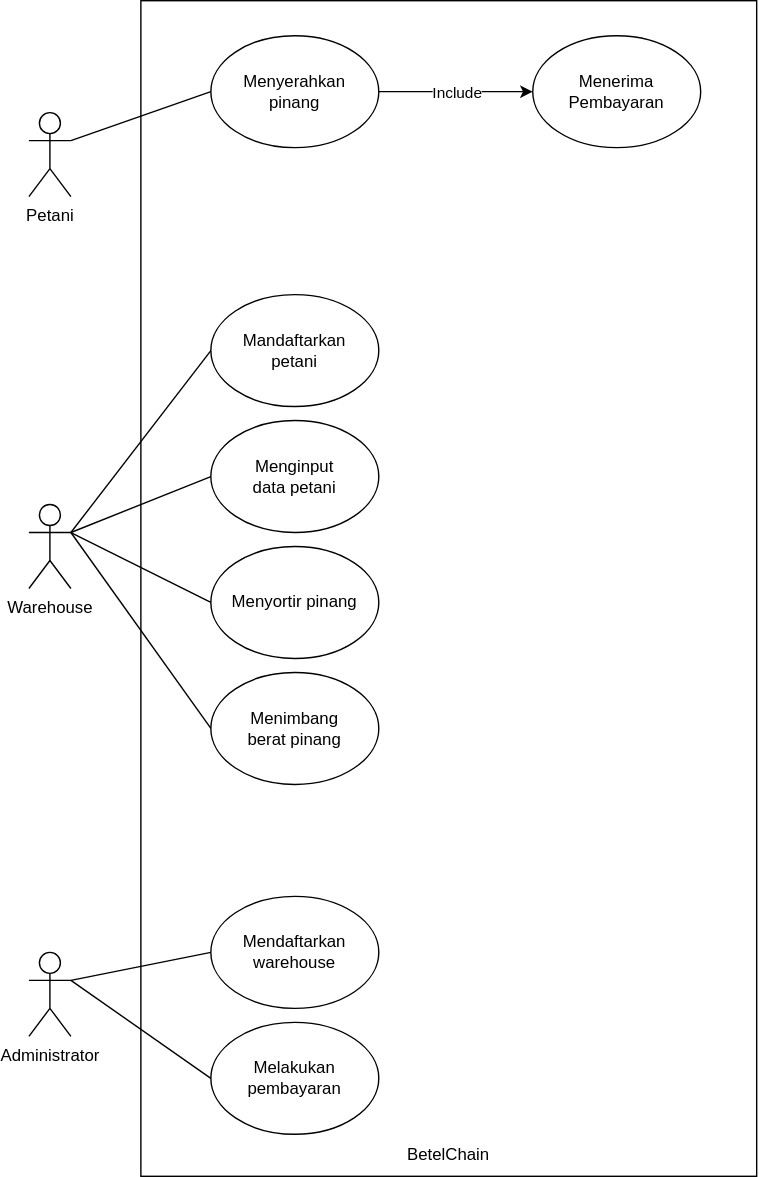
louvredev/BetelChain keeps this draw.io diagram as docs/02-architecture/product-diagram/use_case.svg. Above is the earlier version. Source tidied: cells renumbered, new cells last; positions are measured from the earlier drawing's top-left corner, leaving out a move shared by most shapes. Source of this version:
```xml
<mxGraphModel>
  <root>
    <mxCell id="0" />
    <mxCell id="1" parent="0" />
    <mxCell id="2" value="Petani" style="shape=umlActor;verticalLabelPosition=bottom;verticalAlign=top;html=1;" parent="1" vertex="1">
      <mxGeometry y="80" width="30" height="60" as="geometry" />
    </mxCell>
    <mxCell id="3" value="Warehouse" style="shape=umlActor;verticalLabelPosition=bottom;verticalAlign=top;html=1;outlineConnect=0;" parent="1" vertex="1">
      <mxGeometry y="360" width="30" height="60" as="geometry" />
    </mxCell>
    <mxCell id="4" value="Administrator" style="shape=umlActor;verticalLabelPosition=bottom;verticalAlign=top;html=1;outlineConnect=0;" parent="1" vertex="1">
      <mxGeometry y="680" width="30" height="60" as="geometry" />
    </mxCell>
    <mxCell id="5" style="rounded=0;whiteSpace=wrap;html=1;" parent="1" vertex="1">
      <mxGeometry x="80" width="440" height="840" as="geometry" />
    </mxCell>
    <mxCell id="6" value="Menyerahkan&lt;br&gt;pinang" style="ellipse;whiteSpace=wrap;html=1;" parent="1" vertex="1">
      <mxGeometry x="130" y="25" width="120" height="80" as="geometry" />
    </mxCell>
    <mxCell id="7" value="Menerima&lt;br&gt;Pembayaran" style="ellipse;whiteSpace=wrap;html=1;" parent="1" vertex="1">
      <mxGeometry x="360" y="25" width="120" height="80" as="geometry" />
    </mxCell>
    <mxCell id="8" style="endArrow=none;html=1;rounded=0;exitX=0;exitY=0.5;exitDx=0;exitDy=0;" parent="1" edge="1" source="6">
      <mxGeometry relative="1" as="geometry">
        <mxPoint x="30" y="100" as="targetPoint" />
      </mxGeometry>
    </mxCell>
    <mxCell id="9" value="Mandaftarkan&lt;br&gt;petani" style="ellipse;whiteSpace=wrap;html=1;" parent="1" vertex="1">
      <mxGeometry x="130" y="210" width="120" height="80" as="geometry" />
    </mxCell>
    <mxCell id="10" value="Menginput&lt;br&gt;data petani" style="ellipse;whiteSpace=wrap;html=1;" parent="1" vertex="1">
      <mxGeometry x="130" y="300" width="120" height="80" as="geometry" />
    </mxCell>
    <mxCell id="11" value="Menyortir pinang" style="ellipse;whiteSpace=wrap;html=1;" parent="1" vertex="1">
      <mxGeometry x="130" y="390" width="120" height="80" as="geometry" />
    </mxCell>
    <mxCell id="12" value="Menimbang&lt;br&gt;berat pinang" style="ellipse;whiteSpace=wrap;html=1;" parent="1" vertex="1">
      <mxGeometry x="130" y="480" width="120" height="80" as="geometry" />
    </mxCell>
    <mxCell id="13" style="endArrow=none;html=1;rounded=0;entryX=0;entryY=0.5;entryDx=0;entryDy=0;exitX=1;exitY=0.3333333333333333;exitDx=0;exitDy=0;exitPerimeter=0;" parent="1" edge="1" source="3" target="9">
      <mxGeometry relative="1" as="geometry" />
    </mxCell>
    <mxCell id="14" style="endArrow=none;html=1;rounded=0;entryX=0;entryY=0.5;entryDx=0;entryDy=0;" parent="1" edge="1" target="10">
      <mxGeometry relative="1" as="geometry">
        <mxPoint x="30" y="380" as="sourcePoint" />
      </mxGeometry>
    </mxCell>
    <mxCell id="15" style="endArrow=none;html=1;rounded=0;exitX=0;exitY=0.5;exitDx=0;exitDy=0;" parent="1" edge="1" source="11">
      <mxGeometry relative="1" as="geometry">
        <mxPoint x="30" y="380" as="targetPoint" />
      </mxGeometry>
    </mxCell>
    <mxCell id="16" style="endArrow=none;html=1;rounded=0;entryX=0;entryY=0.5;entryDx=0;entryDy=0;" parent="1" edge="1" target="12">
      <mxGeometry relative="1" as="geometry">
        <mxPoint x="30" y="380" as="sourcePoint" />
      </mxGeometry>
    </mxCell>
    <mxCell id="17" value="Mendaftarkan&lt;br&gt;warehouse" style="ellipse;whiteSpace=wrap;html=1;" parent="1" vertex="1">
      <mxGeometry x="130" y="640" width="120" height="80" as="geometry" />
    </mxCell>
    <mxCell id="18" value="Melakukan&lt;br&gt;pembayaran" style="ellipse;whiteSpace=wrap;html=1;" parent="1" vertex="1">
      <mxGeometry x="130" y="730" width="120" height="80" as="geometry" />
    </mxCell>
    <mxCell id="19" style="endArrow=none;html=1;rounded=0;entryX=0;entryY=0.5;entryDx=0;entryDy=0;exitX=1;exitY=0.3333333333333333;exitDx=0;exitDy=0;exitPerimeter=0;" parent="1" edge="1" source="4" target="17">
      <mxGeometry relative="1" as="geometry" />
    </mxCell>
    <mxCell id="20" style="endArrow=none;html=1;rounded=0;entryX=0;entryY=0.5;entryDx=0;entryDy=0;exitX=1;exitY=0.3333333333333333;exitDx=0;exitDy=0;exitPerimeter=0;" parent="1" edge="1" source="4" target="18">
      <mxGeometry relative="1" as="geometry" />
    </mxCell>
    <mxCell id="21" style="endArrow=classic;html=1;rounded=0;exitX=1;exitY=0.5;exitDx=0;exitDy=0;entryX=0;entryY=0.5;entryDx=0;entryDy=0;" parent="1" edge="1" source="6" target="7">
      <mxGeometry relative="1" as="geometry" />
    </mxCell>
    <mxCell id="22" value="Include" style="edgeLabel;html=1;align=center;verticalAlign=middle;" parent="21" vertex="1">
      <mxGeometry relative="1" as="geometry" />
    </mxCell>
    <mxCell id="23" value="BetelChain" style="text;html=1;whiteSpace=wrap;strokeColor=none;fillColor=none;align=center;verticalAlign=middle;rounded=0;" parent="1" vertex="1">
      <mxGeometry x="270" y="810" width="60" height="30" as="geometry" />
    </mxCell>
  </root>
</mxGraphModel>
```
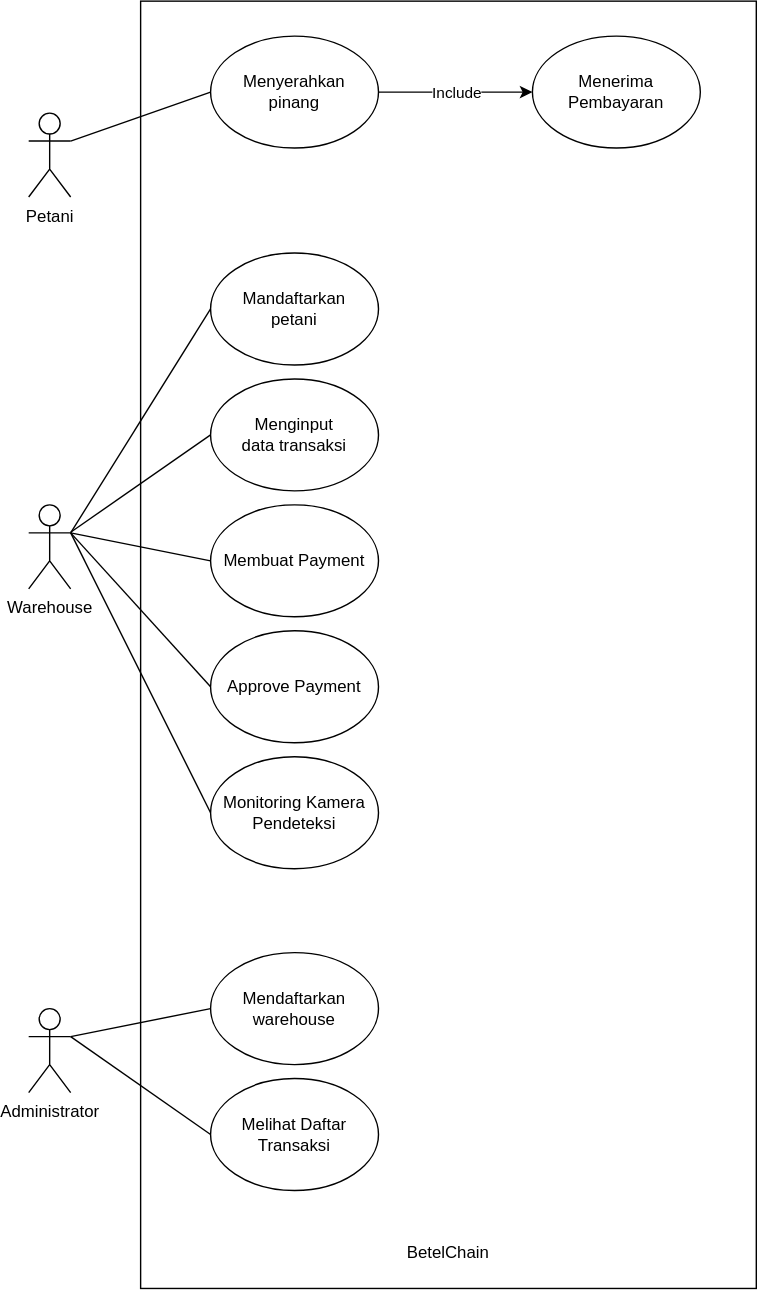
The same diagram one commit later.

What changed in the source:
```diff
@@ -9,10 +9,10 @@
       <mxGeometry y="360" width="30" height="60" as="geometry" />
     </mxCell>
     <mxCell id="4" value="Administrator" style="shape=umlActor;verticalLabelPosition=bottom;verticalAlign=top;html=1;outlineConnect=0;" parent="1" vertex="1">
-      <mxGeometry y="680" width="30" height="60" as="geometry" />
+      <mxGeometry y="720" width="30" height="60" as="geometry" />
     </mxCell>
     <mxCell id="5" style="rounded=0;whiteSpace=wrap;html=1;" parent="1" vertex="1">
-      <mxGeometry x="80" width="440" height="840" as="geometry" />
+      <mxGeometry x="80" width="440" height="920" as="geometry" />
     </mxCell>
     <mxCell id="6" value="Menyerahkan&lt;br&gt;pinang" style="ellipse;whiteSpace=wrap;html=1;" parent="1" vertex="1">
       <mxGeometry x="130" y="25" width="120" height="80" as="geometry" />
@@ -26,29 +26,25 @@
       </mxGeometry>
     </mxCell>
     <mxCell id="9" value="Mandaftarkan&lt;br&gt;petani" style="ellipse;whiteSpace=wrap;html=1;" parent="1" vertex="1">
-      <mxGeometry x="130" y="210" width="120" height="80" as="geometry" />
+      <mxGeometry x="130" y="180" width="120" height="80" as="geometry" />
     </mxCell>
-    <mxCell id="10" value="Menginput&lt;br&gt;data petani" style="ellipse;whiteSpace=wrap;html=1;" parent="1" vertex="1">
-      <mxGeometry x="130" y="300" width="120" height="80" as="geometry" />
+    <mxCell id="10" value="Menginput&lt;br&gt;data transaksi" style="ellipse;whiteSpace=wrap;html=1;" parent="1" vertex="1">
+      <mxGeometry x="130" y="270" width="120" height="80" as="geometry" />
     </mxCell>
-    <mxCell id="11" value="Menyortir pinang" style="ellipse;whiteSpace=wrap;html=1;" parent="1" vertex="1">
-      <mxGeometry x="130" y="390" width="120" height="80" as="geometry" />
+    <mxCell id="11" value="Membuat Payment" style="ellipse;whiteSpace=wrap;html=1;" parent="1" vertex="1">
+      <mxGeometry x="130" y="360" width="120" height="80" as="geometry" />
     </mxCell>
-    <mxCell id="12" value="Menimbang&lt;br&gt;berat pinang" style="ellipse;whiteSpace=wrap;html=1;" parent="1" vertex="1">
-      <mxGeometry x="130" y="480" width="120" height="80" as="geometry" />
+    <mxCell id="12" value="Approve Payment" style="ellipse;whiteSpace=wrap;html=1;" parent="1" vertex="1">
+      <mxGeometry x="130" y="450" width="120" height="80" as="geometry" />
     </mxCell>
     <mxCell id="13" style="endArrow=none;html=1;rounded=0;entryX=0;entryY=0.5;entryDx=0;entryDy=0;exitX=1;exitY=0.3333333333333333;exitDx=0;exitDy=0;exitPerimeter=0;" parent="1" edge="1" source="3" target="9">
       <mxGeometry relative="1" as="geometry" />
     </mxCell>
-    <mxCell id="14" style="endArrow=none;html=1;rounded=0;entryX=0;entryY=0.5;entryDx=0;entryDy=0;" parent="1" edge="1" target="10">
-      <mxGeometry relative="1" as="geometry">
-        <mxPoint x="30" y="380" as="sourcePoint" />
-      </mxGeometry>
+    <mxCell id="14" style="endArrow=none;html=1;rounded=0;entryX=0;entryY=0.5;entryDx=0;entryDy=0;" parent="1" edge="1" source="3" target="10">
+      <mxGeometry relative="1" as="geometry" />
     </mxCell>
-    <mxCell id="15" style="endArrow=none;html=1;rounded=0;exitX=0;exitY=0.5;exitDx=0;exitDy=0;" parent="1" edge="1" source="11">
-      <mxGeometry relative="1" as="geometry">
-        <mxPoint x="30" y="380" as="targetPoint" />
-      </mxGeometry>
+    <mxCell id="15" style="endArrow=none;html=1;rounded=0;exitX=0;exitY=0.5;exitDx=0;exitDy=0;entryX=1;entryY=0.3333333333333333;entryDx=0;entryDy=0;entryPerimeter=0;" parent="1" edge="1" source="11" target="3">
+      <mxGeometry relative="1" as="geometry" />
     </mxCell>
     <mxCell id="16" style="endArrow=none;html=1;rounded=0;entryX=0;entryY=0.5;entryDx=0;entryDy=0;" parent="1" edge="1" target="12">
       <mxGeometry relative="1" as="geometry">
@@ -56,10 +52,10 @@
       </mxGeometry>
     </mxCell>
     <mxCell id="17" value="Mendaftarkan&lt;br&gt;warehouse" style="ellipse;whiteSpace=wrap;html=1;" parent="1" vertex="1">
-      <mxGeometry x="130" y="640" width="120" height="80" as="geometry" />
+      <mxGeometry x="130" y="680" width="120" height="80" as="geometry" />
     </mxCell>
-    <mxCell id="18" value="Melakukan&lt;br&gt;pembayaran" style="ellipse;whiteSpace=wrap;html=1;" parent="1" vertex="1">
-      <mxGeometry x="130" y="730" width="120" height="80" as="geometry" />
+    <mxCell id="18" value="Melihat Daftar Transaksi" style="ellipse;whiteSpace=wrap;html=1;" parent="1" vertex="1">
+      <mxGeometry x="130" y="770" width="120" height="80" as="geometry" />
     </mxCell>
     <mxCell id="19" style="endArrow=none;html=1;rounded=0;entryX=0;entryY=0.5;entryDx=0;entryDy=0;exitX=1;exitY=0.3333333333333333;exitDx=0;exitDy=0;exitPerimeter=0;" parent="1" edge="1" source="4" target="17">
       <mxGeometry relative="1" as="geometry" />
@@ -74,7 +70,13 @@
       <mxGeometry relative="1" as="geometry" />
     </mxCell>
     <mxCell id="23" value="BetelChain" style="text;html=1;whiteSpace=wrap;strokeColor=none;fillColor=none;align=center;verticalAlign=middle;rounded=0;" parent="1" vertex="1">
-      <mxGeometry x="270" y="810" width="60" height="30" as="geometry" />
+      <mxGeometry x="270" y="880" width="60" height="30" as="geometry" />
     </mxCell>
+    <mxCell id="24" value="Monitoring Kamera Pendeteksi" style="ellipse;whiteSpace=wrap;html=1;" parent="1" vertex="1">
+      <mxGeometry x="130" y="540" width="120" height="80" as="geometry" />
+    </mxCell>
+    <mxCell id="25" style="endArrow=none;html=1;rounded=0;exitX=0;exitY=0.5;exitDx=0;exitDy=0;entryX=1;entryY=0.3333333333333333;entryDx=0;entryDy=0;entryPerimeter=0;" parent="1" edge="1" source="24" target="3">
+      <mxGeometry relative="1" as="geometry" />
+    </mxCell>
   </root>
 </mxGraphModel>
```
